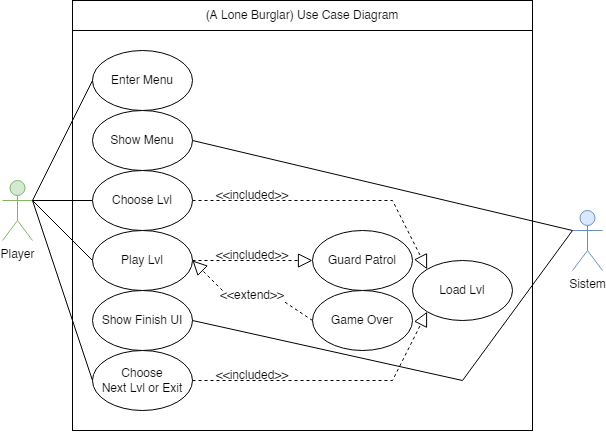
The draw.io diagram use case diagram.png in johannfac/A-Lone-Burglar, before a commit. Source tidied: cells renumbered, new cells last; positions are measured from the earlier drawing's top-left corner, leaving out a move shared by most shapes.
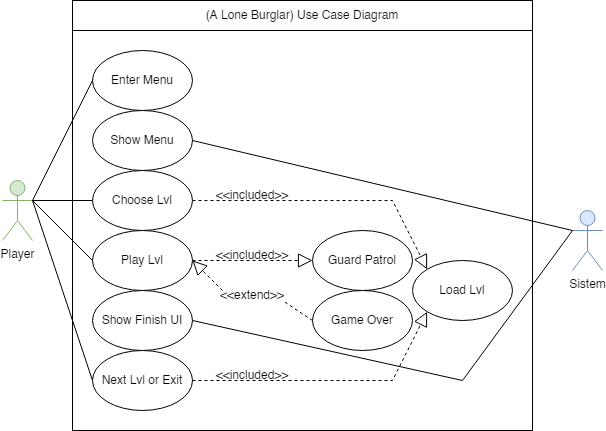
Above is the later version.

What changed in the source:
```diff
@@ -80,7 +80,7 @@
     <mxCell id="24" value="Show Finish&amp;nbsp;UI" style="ellipse;whiteSpace=wrap;html=1;" parent="1" vertex="1">
       <mxGeometry x="90" y="290" width="100" height="60" as="geometry" />
     </mxCell>
-    <mxCell id="25" value="Choose&lt;br&gt;Next Lvl or Exit" style="ellipse;whiteSpace=wrap;html=1;" parent="1" vertex="1">
+    <mxCell id="25" value="Next Lvl or Exit" style="ellipse;whiteSpace=wrap;html=1;" parent="1" vertex="1">
       <mxGeometry x="90" y="350" width="100" height="60" as="geometry" />
     </mxCell>
     <mxCell id="26" style="endArrow=none;endFill=0;endSize=12;html=1;rounded=0;exitX=0;exitY=0.3333333333333333;exitDx=0;exitDy=0;entryX=1;entryY=0.5;entryDx=0;entryDy=0;startArrow=none;exitPerimeter=0;" parent="1" edge="1" source="4" target="24">
```
